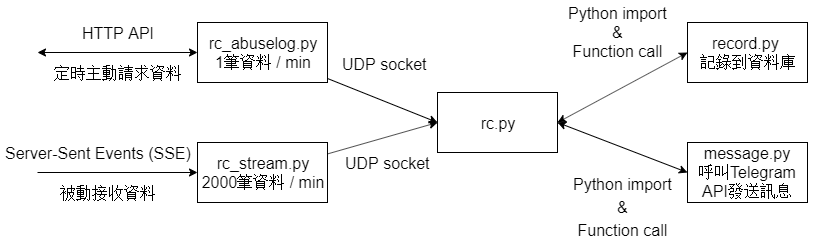
This is structure.png from xiplus-mediawiki-programs/Wikimedia-RecentChange-Monitor, a draw.io export, as it was before one commit. Source tidied: cells renumbered, new cells last; positions are measured from the earlier drawing's top-left corner, leaving out a move shared by most shapes.
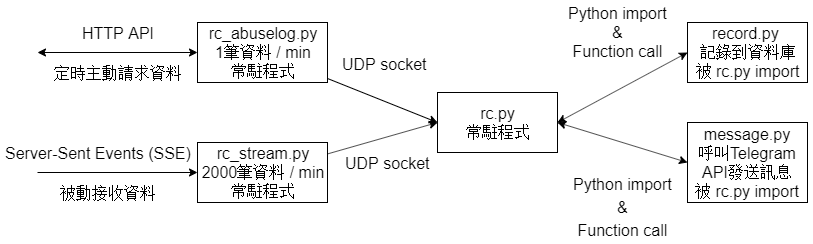
After the commit.

The edit, as a diff of the source:
```diff
@@ -40,7 +40,7 @@
         <mxPoint x="-12.5" y="32.5" as="offset" />
       </mxGeometry>
     </mxCell>
-    <mxCell id="10" value="&lt;font style=&quot;font-size: 16px&quot;&gt;rc_stream.py&lt;br&gt;2000筆資料 / min&lt;br&gt;&lt;/font&gt;" style="rounded=0;whiteSpace=wrap;html=1;" parent="1" vertex="1">
+    <mxCell id="10" value="&lt;font style=&quot;font-size: 16px&quot;&gt;rc_stream.py&lt;br&gt;2000筆資料 / min&lt;br&gt;常駐程式&lt;br&gt;&lt;/font&gt;" style="rounded=0;whiteSpace=wrap;html=1;" parent="1" vertex="1">
       <mxGeometry x="160" y="120" width="130" height="60" as="geometry" />
     </mxCell>
     <mxCell id="11" style="rounded=0;jettySize=auto;html=1;entryX=0;entryY=0.5;entryDx=0;entryDy=0;startArrow=none;startFill=0;" parent="1" edge="1" source="13" target="17">
@@ -51,7 +51,7 @@
         <mxPoint x="11.5" y="-33" as="offset" />
       </mxGeometry>
     </mxCell>
-    <mxCell id="13" value="&lt;font style=&quot;font-size: 16px&quot;&gt;rc_abuselog.py&lt;br&gt;1筆資料 / min&lt;br&gt;&lt;/font&gt;" style="rounded=0;whiteSpace=wrap;html=1;" parent="1" vertex="1">
+    <mxCell id="13" value="&lt;font style=&quot;font-size: 16px&quot;&gt;rc_abuselog.py&lt;br&gt;1筆資料 / min&lt;br&gt;常駐程式&lt;br&gt;&lt;/font&gt;" style="rounded=0;whiteSpace=wrap;html=1;" parent="1" vertex="1">
       <mxGeometry x="160" width="130" height="60" as="geometry" />
     </mxCell>
     <mxCell id="14" style="edgeStyle=none;rounded=0;jettySize=auto;html=1;entryX=0;entryY=0.5;entryDx=0;entryDy=0;startArrow=classic;startFill=1;exitX=1;exitY=0.5;exitDx=0;exitDy=0;" parent="1" edge="1" source="17" target="18">
@@ -65,14 +65,14 @@
     <mxCell id="16" style="edgeStyle=none;rounded=0;jettySize=auto;html=1;entryX=0;entryY=0.5;entryDx=0;entryDy=0;startArrow=classic;startFill=1;exitX=1;exitY=0.5;exitDx=0;exitDy=0;" parent="1" edge="1" source="17" target="19">
       <mxGeometry relative="1" as="geometry" />
     </mxCell>
-    <mxCell id="17" value="&lt;font style=&quot;font-size: 16px&quot;&gt;rc.py&lt;/font&gt;" style="rounded=0;whiteSpace=wrap;html=1;" parent="1" vertex="1">
+    <mxCell id="17" value="&lt;font style=&quot;font-size: 16px&quot;&gt;rc.py&lt;br&gt;常駐程式&lt;br&gt;&lt;/font&gt;" style="rounded=0;whiteSpace=wrap;html=1;" parent="1" vertex="1">
       <mxGeometry x="400" y="70" width="120" height="60" as="geometry" />
     </mxCell>
-    <mxCell id="18" value="&lt;font style=&quot;font-size: 16px&quot;&gt;record.py&lt;span style=&quot;white-space: pre&quot;&gt;&#9;&lt;/span&gt;&lt;br&gt;記錄到資料庫&lt;br&gt;&lt;/font&gt;" style="rounded=0;whiteSpace=wrap;html=1;" parent="1" vertex="1">
+    <mxCell id="18" value="&lt;font style=&quot;font-size: 16px&quot;&gt;record.py&lt;span style=&quot;white-space: pre&quot;&gt;&#9;&lt;/span&gt;&lt;br&gt;記錄到資料庫&lt;br&gt;被 rc.py import&lt;br&gt;&lt;/font&gt;" style="rounded=0;whiteSpace=wrap;html=1;" parent="1" vertex="1">
       <mxGeometry x="650" width="120" height="60" as="geometry" />
     </mxCell>
-    <mxCell id="19" value="&lt;span style=&quot;font-size: 16px&quot;&gt;message.py&lt;br&gt;呼叫Telegram API發送訊息&lt;br&gt;&lt;/span&gt;" style="rounded=0;whiteSpace=wrap;html=1;" parent="1" vertex="1">
-      <mxGeometry x="650" y="120" width="120" height="60" as="geometry" />
+    <mxCell id="19" value="&lt;span style=&quot;font-size: 16px&quot;&gt;message.py&lt;br&gt;呼叫Telegram API發送訊息&lt;br&gt;&lt;/span&gt;&lt;span style=&quot;font-size: 16px&quot;&gt;被 rc.py import&lt;/span&gt;&lt;span style=&quot;font-size: 16px&quot;&gt;&lt;br&gt;&lt;/span&gt;" style="rounded=0;whiteSpace=wrap;html=1;" parent="1" vertex="1">
+      <mxGeometry x="650" y="100" width="120" height="80" as="geometry" />
     </mxCell>
     <mxCell id="20" value="&lt;span style=&quot;font-size: 16px ; background-color: rgb(255 , 255 , 255)&quot;&gt;Python import&lt;/span&gt;&lt;br style=&quot;font-size: 16px ; background-color: rgb(255 , 255 , 255)&quot;&gt;&lt;span style=&quot;font-size: 16px ; background-color: rgb(255 , 255 , 255)&quot;&gt;&amp;amp;&lt;/span&gt;&lt;br style=&quot;font-size: 16px ; background-color: rgb(255 , 255 , 255)&quot;&gt;&lt;span style=&quot;font-size: 16px ; background-color: rgb(255 , 255 , 255)&quot;&gt;Function call&lt;/span&gt;" style="text;html=1;align=center;verticalAlign=top;spacingTop=-4;" parent="1" vertex="1">
       <mxGeometry x="530" y="150" width="110" height="40" as="geometry" />
```
